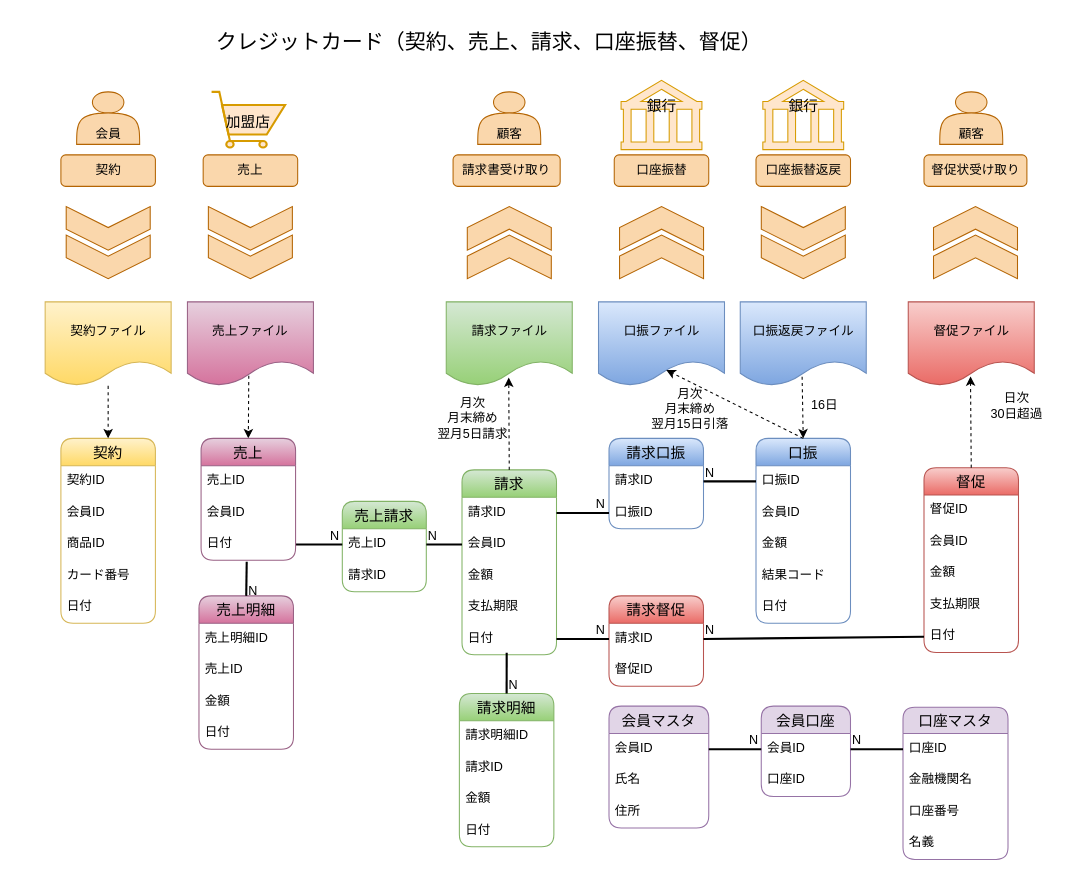
Above: card.drawio in namickey/spring-boot3-batch-train (draw.io), before the change. Source tidied: cells renumbered, new cells numbered last; positions are measured from the earlier drawing's top-left corner, leaving out a move shared by most shapes. Both pictures are drawn from the tidied source at 105%, with x=0, y=0 at pixel (18, 18).
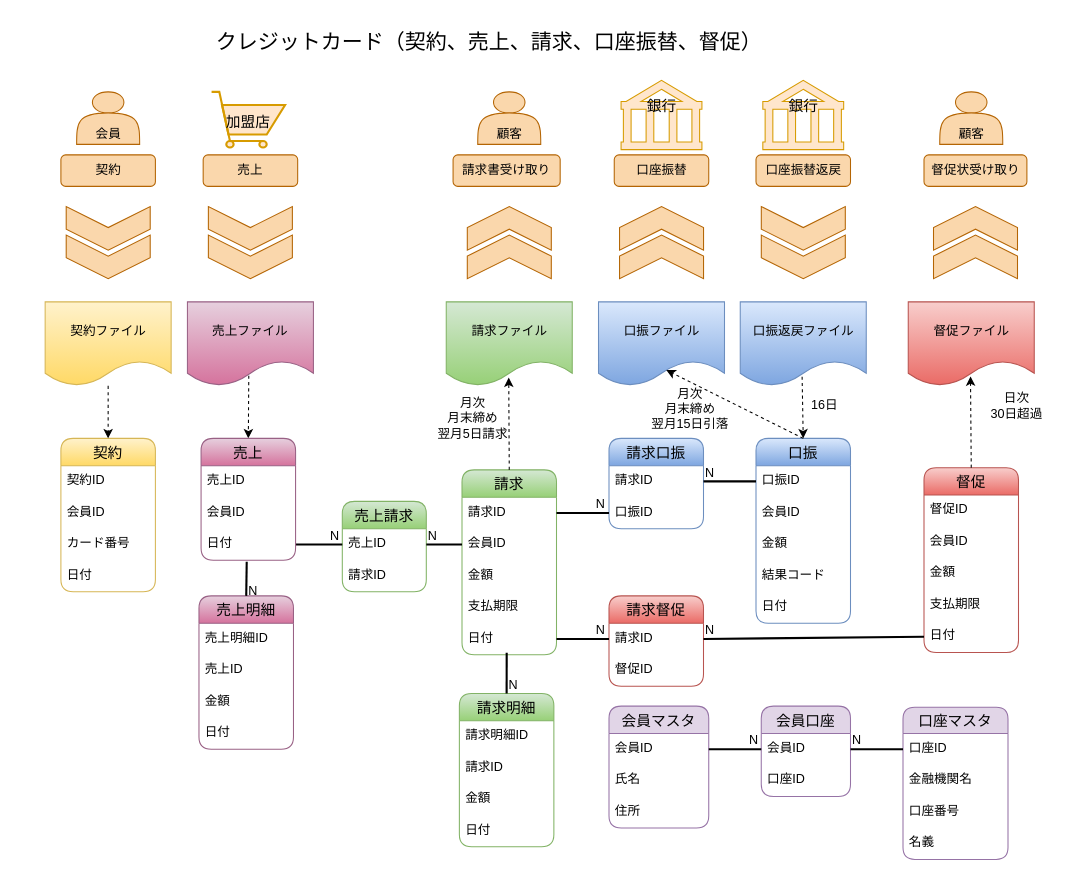
After the change.

The edit, as a diff of the source:
```diff
@@
     <mxCell id="2" value="契約" style="swimlane;fontStyle=0;horizontal=1;startSize=26;align=center;fontSize=14;rounded=1;fillColor=#fff2cc;gradientColor=#ffd966;strokeColor=#d6b656;fontColor=#000000;" parent="1" vertex="1">
-      <mxGeometry x="40.5" y="400" width="90" height="176" as="geometry" />
+      <mxGeometry x="40.5" y="400" width="90" height="146" as="geometry" />
     </mxCell>
@@
-    <mxCell id="5" value="商品ID" style="text;spacingLeft=4;spacingRight=4;overflow=hidden;fontSize=12;rounded=1;fontColor=#000000;" parent="2" vertex="1">
-      <mxGeometry y="86" width="90" height="30" as="geometry" />
-    </mxCell>
     <mxCell id="6" value="カード番号" style="text;spacingLeft=4;spacingRight=4;overflow=hidden;fontSize=12;rounded=1;fontColor=#000000;" parent="2" vertex="1">
-      <mxGeometry y="116" width="90" height="30" as="geometry" />
+      <mxGeometry y="86" width="90" height="30" as="geometry" />
     </mxCell>
     <mxCell id="7" value="日付" style="text;spacingLeft=4;spacingRight=4;overflow=hidden;fontSize=12;rounded=1;fontColor=#000000;" parent="2" vertex="1">
-      <mxGeometry y="146" width="90" height="30" as="geometry" />
+      <mxGeometry y="116" width="90" height="30" as="geometry" />
     </mxCell>
```
